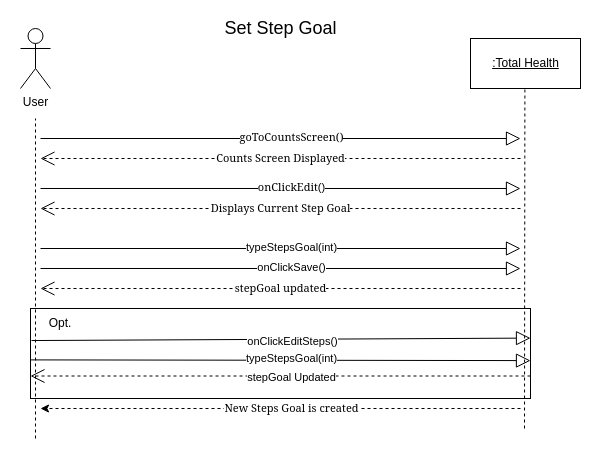
Earlier version of the draw.io diagram SSD - Set Step Goal.drawio (Esaied19/Team-Albatross). Source tidied: cells renumbered, new cells numbered last; positions are measured from the earlier drawing's top-left corner, leaving out a move shared by most shapes. Both pictures are drawn from the tidied source at 100%, with x=0, y=0 at pixel (20, 18).
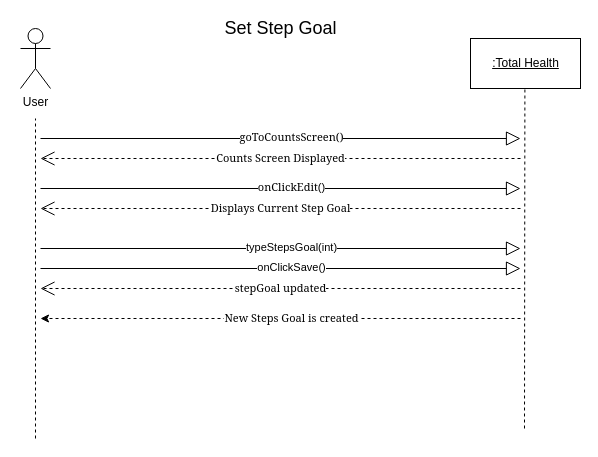
The same page after the edit.

Change to the diagram source:
```diff
@@
-    <mxCell id="2" style="group;" parent="1" vertex="1">
-      <mxGeometry x="10" y="290" width="500" height="90" as="geometry" />
-    </mxCell>
-    <mxCell id="3" style="rounded=0;whiteSpace=wrap;html=1;" parent="2" vertex="1">
-      <mxGeometry width="500" height="90" as="geometry" />
-    </mxCell>
-    <mxCell id="4" style="endArrow=block;endFill=0;endSize=12;html=1;rounded=0;exitX=0.002;exitY=0.356;exitDx=0;exitDy=0;exitPerimeter=0;" parent="2" edge="1" source="3">
-      <mxGeometry relative="1" as="geometry">
-        <mxPoint x="500" y="29.6" as="targetPoint" />
-      </mxGeometry>
-    </mxCell>
-    <mxCell id="5" value="onClickEditSteps()" style="edgeLabel;html=1;align=center;verticalAlign=middle;" parent="4" vertex="1">
-      <mxGeometry x="-0.08" y="-2" relative="1" as="geometry">
-        <mxPoint x="30" as="offset" />
-      </mxGeometry>
-    </mxCell>
-    <mxCell id="6" style="endArrow=open;endFill=1;endSize=12;html=1;rounded=0;entryX=0;entryY=0.75;entryDx=0;entryDy=0;exitX=1;exitY=0.75;exitDx=0;exitDy=0;dashed=1;" parent="2" edge="1" source="3" target="3">
-      <mxGeometry relative="1" as="geometry" />
-    </mxCell>
-    <mxCell id="7" value="stepGoal Updated" style="edgeLabel;html=1;align=center;verticalAlign=middle;" parent="6" vertex="1">
-      <mxGeometry x="-0.04" y="1" relative="1" as="geometry" />
-    </mxCell>
-    <mxCell id="8" style="endArrow=block;endFill=0;endSize=12;html=1;rounded=0;entryX=1;entryY=0.5;entryDx=0;entryDy=0;" parent="2" edge="1">
-      <mxGeometry relative="1" as="geometry">
-        <mxPoint y="51.4" as="sourcePoint" />
-        <mxPoint x="500" y="52.1" as="targetPoint" />
-      </mxGeometry>
-    </mxCell>
-    <mxCell id="9" value="typeStepsGoal(int)" style="edgeLabel;html=1;align=center;verticalAlign=middle;" parent="8" vertex="1">
-      <mxGeometry x="0.04" y="2" relative="1" as="geometry" />
-    </mxCell>
@@
     <mxCell id="20" style="endArrow=classic;html=1;rounded=0;fontFamily=Georgia;dashed=1;" parent="1" edge="1">
       <mxGeometry relative="1" as="geometry">
-        <mxPoint x="500" y="390" as="sourcePoint" />
-        <mxPoint x="20" y="390" as="targetPoint" />
+        <mxPoint x="500" y="300" as="sourcePoint" />
+        <mxPoint x="20" y="300" as="targetPoint" />
       </mxGeometry>
     </mxCell>
@@
-    <mxCell id="24" value="Opt." style="text;html=1;strokeColor=none;fillColor=none;align=center;verticalAlign=middle;whiteSpace=wrap;rounded=0;" parent="1" vertex="1">
-      <mxGeometry x="10" y="290" width="60" height="30" as="geometry" />
-    </mxCell>
```
